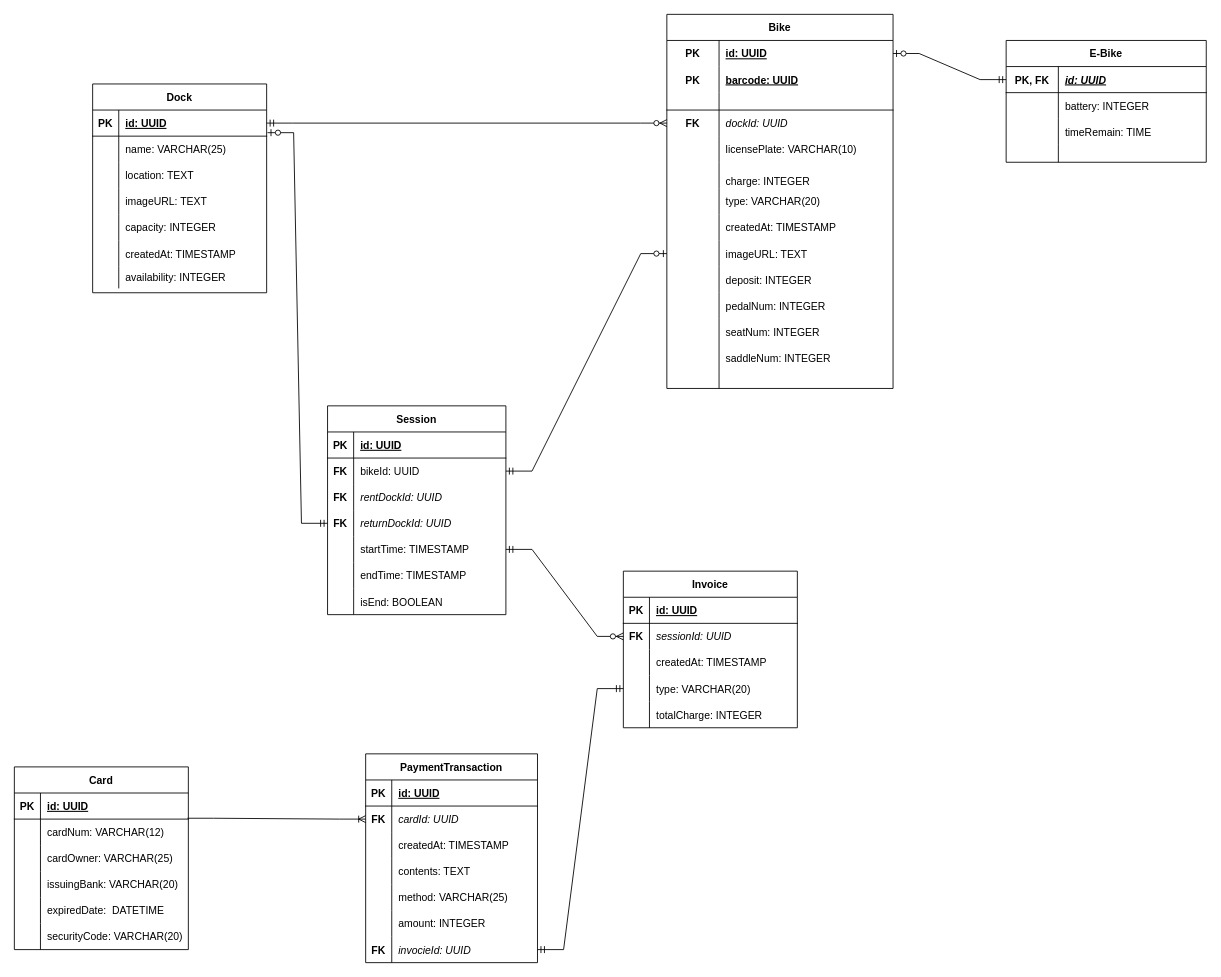
cuong160920/TKXDPM.KSCQ.20211-18 keeps this draw.io diagram as Detailed Design/Data Modeling/Logical Data Model.drawio. Above is the earlier version. Source tidied: cells renumbered, new cells numbered last; positions are measured from the earlier drawing's top-left corner, leaving out a move shared by most shapes. Both pictures are drawn from the tidied source at 87%, with x=0, y=0 at pixel (14, 14).
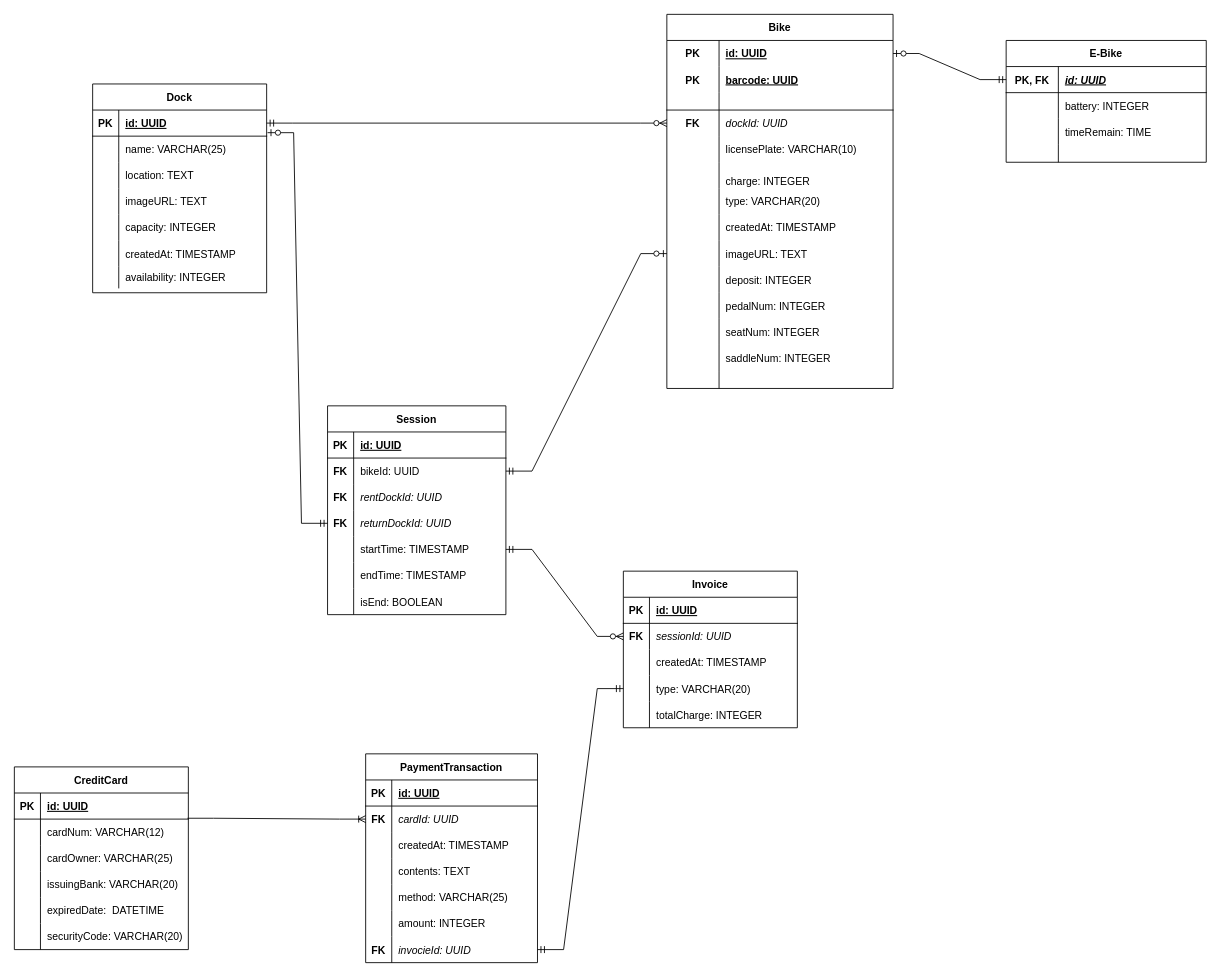
The same page after the edit.

Commit message (it also covers changes not shown here):
card to credit card

What changed in the source:
```diff
@@
-    <mxCell id="140" value="Card" style="shape=table;startSize=30;childLayout=tableLayout;rowLines=0;fontStyle=1;align=center;" parent="1" vertex="1">
+    <mxCell id="140" value="CreditCard" style="shape=table;startSize=30;childLayout=tableLayout;rowLines=0;fontStyle=1;align=center;" parent="1" vertex="1">
       <mxGeometry y="865" width="200" height="210" as="geometry" />
     </mxCell>
```
